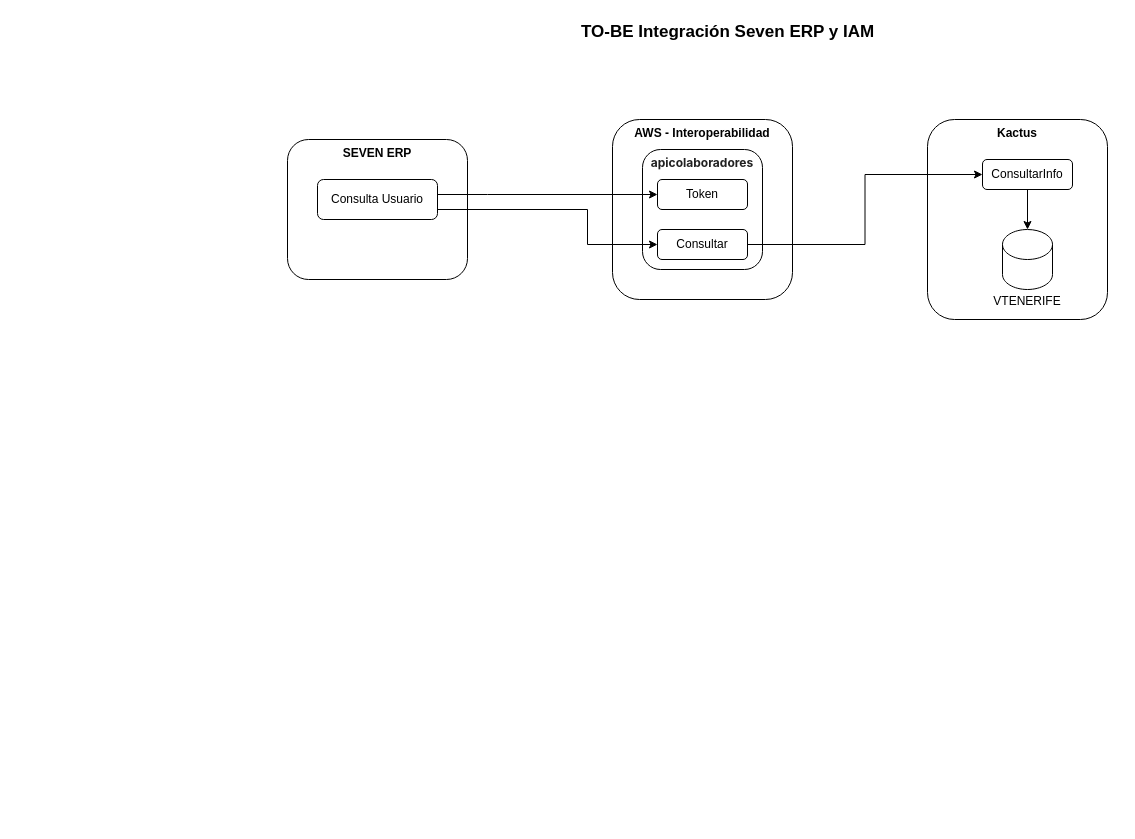
The draw.io diagram page "TO-BE" (2 of 2) of IAM-Seven.drawio in carlosvalderrama1204/diagrams, before the edit. Source tidied: cells renumbered, new cells numbered last; positions are measured from the earlier drawing's top-left corner, leaving out a move shared by most shapes. Both pictures are drawn from the tidied source at 100%, with x=0, y=0 at pixel (287, 17).
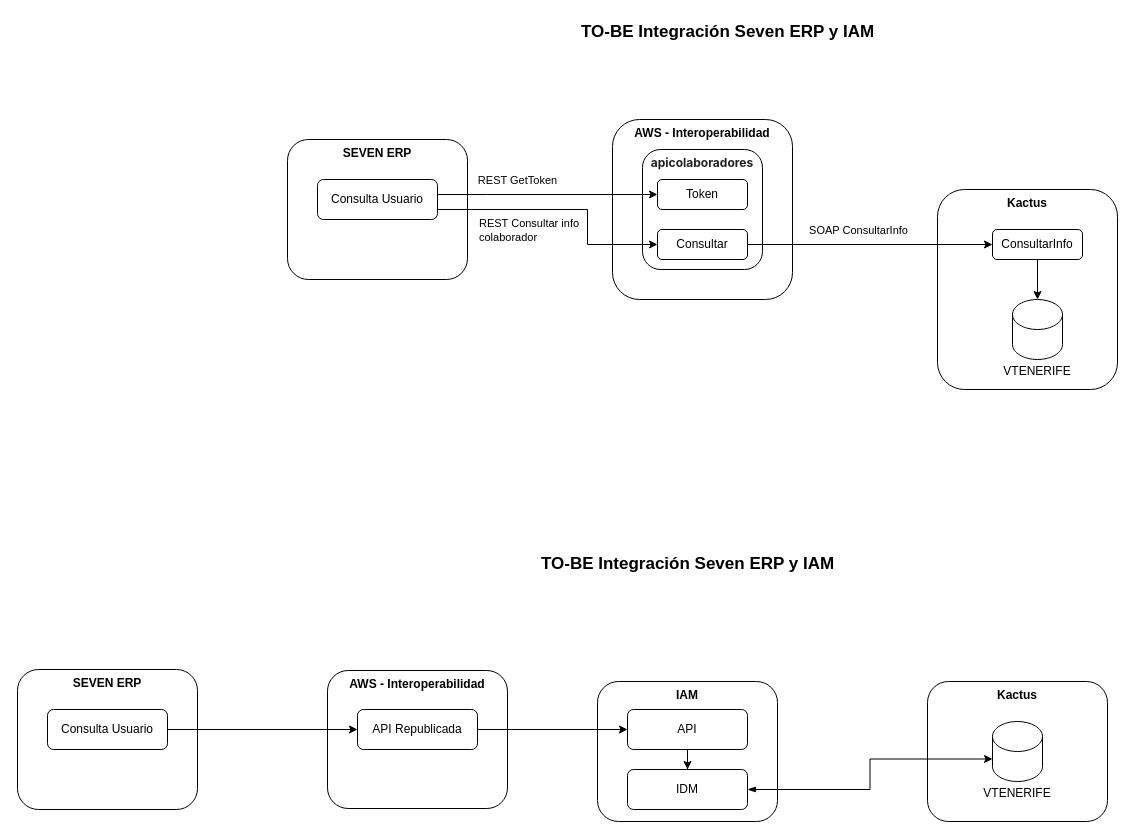
After the change.

The change refers to these unchanged cells:
```xml
<mxCell id="9" style="edgeStyle=orthogonalEdgeStyle;rounded=0;jettySize=auto;html=1;entryX=0;entryY=0.5;entryDx=0;entryDy=0;" parent="1" edge="1" source="4" target="7">
  <mxGeometry relative="1" as="geometry">
    <Array as="points">
      <mxPoint x="200" y="177" />
      <mxPoint x="200" y="177" />
    </Array>
  </mxGeometry>
</mxCell>
<mxCell id="10" style="edgeStyle=orthogonalEdgeStyle;rounded=0;jettySize=auto;html=1;entryX=0;entryY=0.5;entryDx=0;entryDy=0;" parent="1" edge="1" source="4" target="8">
  <mxGeometry relative="1" as="geometry">
    <Array as="points">
      <mxPoint x="300" y="192" />
      <mxPoint x="300" y="227" />
    </Array>
  </mxGeometry>
</mxCell>
<mxCell id="14" style="edgeStyle=orthogonalEdgeStyle;rounded=0;jettySize=auto;html=1;entryX=0;entryY=0.5;entryDx=0;entryDy=0;" parent="1" edge="1" source="8" target="13">
  <mxGeometry relative="1" as="geometry" />
</mxCell>
```

What changed in the source:
```diff
@@
+    <mxCell id="16" value="REST GetToken" style="edgeLabel;html=1;align=center;verticalAlign=middle;" parent="9" vertex="1">
+      <mxGeometry x="-0.3" y="3" relative="1" as="geometry">
+        <mxPoint x="2" y="-12" as="offset" />
+      </mxGeometry>
+    </mxCell>
@@
+    <mxCell id="17" value="REST Consultar info&amp;nbsp;&lt;div&gt;colaborador&lt;/div&gt;" style="edgeLabel;html=1;align=left;verticalAlign=middle;" parent="10" vertex="1">
+      <mxGeometry x="-0.57" y="-4" relative="1" as="geometry">
+        <mxPoint x="-15" y="16" as="offset" />
+      </mxGeometry>
+    </mxCell>
     <mxCell id="11" value="&lt;span&gt;Kactus&lt;/span&gt;" style="rounded=1;whiteSpace=wrap;html=1;verticalAlign=top;fontStyle=1;" parent="1" vertex="1">
-      <mxGeometry x="640" y="102" width="180" height="200" as="geometry" />
+      <mxGeometry x="650" y="172" width="180" height="200" as="geometry" />
     </mxCell>
     <mxCell id="12" value="&lt;div&gt;&lt;br&gt;&lt;/div&gt;&lt;div&gt;&lt;br&gt;&lt;/div&gt;&lt;div&gt;&lt;br&gt;&lt;/div&gt;&lt;div&gt;&lt;br&gt;&lt;/div&gt;VTENERIFE" style="shape=cylinder3;whiteSpace=wrap;html=1;boundedLbl=1;backgroundOutline=1;size=15;" parent="1" vertex="1">
-      <mxGeometry x="715" y="212" width="50" height="60" as="geometry" />
+      <mxGeometry x="725" y="282" width="50" height="60" as="geometry" />
     </mxCell>
     <mxCell id="13" value="ConsultarInfo" style="rounded=1;whiteSpace=wrap;html=1;" parent="1" vertex="1">
-      <mxGeometry x="695" y="142" width="90" height="30" as="geometry" />
+      <mxGeometry x="705" y="212" width="90" height="30" as="geometry" />
     </mxCell>
@@
+    <mxCell id="18" value="SOAP ConsultarInfo" style="edgeLabel;html=1;align=center;verticalAlign=middle;" parent="14" vertex="1">
+      <mxGeometry x="-0.27" y="-1" relative="1" as="geometry">
+        <mxPoint x="21" y="-16" as="offset" />
+      </mxGeometry>
+    </mxCell>
@@
+    <mxCell id="19" value="&lt;span&gt;SEVEN ERP&lt;/span&gt;" style="rounded=1;whiteSpace=wrap;html=1;verticalAlign=top;fontStyle=1;" parent="1" vertex="1">
+      <mxGeometry x="-270" y="652" width="180" height="140" as="geometry" />
+    </mxCell>
+    <mxCell id="20" value="Consulta Usuario" style="rounded=1;whiteSpace=wrap;html=1;" parent="1" vertex="1">
+      <mxGeometry x="-240" y="692" width="120" height="40" as="geometry" />
+    </mxCell>
+    <mxCell id="21" value="TO-BE Integración Seven ERP y IAM" style="text;html=1;align=center;verticalAlign=middle;strokeColor=none;fillColor=none;fontStyle=1;fontSize=17;" parent="1" vertex="1">
+      <mxGeometry x="250" y="532" width="300" height="30" as="geometry" />
+    </mxCell>
+    <mxCell id="22" value="&lt;span&gt;IAM&lt;/span&gt;" style="rounded=1;whiteSpace=wrap;html=1;verticalAlign=top;fontStyle=1;" parent="1" vertex="1">
+      <mxGeometry x="310" y="664" width="180" height="140" as="geometry" />
+    </mxCell>
+    <mxCell id="23" style="edgeStyle=orthogonalEdgeStyle;rounded=0;jettySize=auto;html=1;" parent="1" edge="1" source="24" target="25">
+      <mxGeometry relative="1" as="geometry" />
+    </mxCell>
+    <mxCell id="24" value="API" style="rounded=1;whiteSpace=wrap;html=1;" parent="1" vertex="1">
+      <mxGeometry x="340" y="692" width="120" height="40" as="geometry" />
+    </mxCell>
+    <mxCell id="25" value="IDM" style="rounded=1;whiteSpace=wrap;html=1;" parent="1" vertex="1">
+      <mxGeometry x="340" y="752" width="120" height="40" as="geometry" />
+    </mxCell>
+    <mxCell id="26" value="&lt;span&gt;Kactus&lt;/span&gt;" style="rounded=1;whiteSpace=wrap;html=1;verticalAlign=top;fontStyle=1;" parent="1" vertex="1">
+      <mxGeometry x="640" y="664" width="180" height="140" as="geometry" />
+    </mxCell>
+    <mxCell id="27" value="&lt;div&gt;&lt;br&gt;&lt;/div&gt;&lt;div&gt;&lt;br&gt;&lt;/div&gt;&lt;div&gt;&lt;br&gt;&lt;/div&gt;&lt;div&gt;&lt;br&gt;&lt;/div&gt;VTENERIFE" style="shape=cylinder3;whiteSpace=wrap;html=1;boundedLbl=1;backgroundOutline=1;size=15;" parent="1" vertex="1">
+      <mxGeometry x="705" y="704" width="50" height="60" as="geometry" />
+    </mxCell>
+    <mxCell id="28" style="edgeStyle=orthogonalEdgeStyle;rounded=0;jettySize=auto;html=1;entryX=0;entryY=0;entryDx=0;entryDy=37.5;entryPerimeter=0;startArrow=blockThin;startFill=1;" parent="1" edge="1" source="25" target="27">
+      <mxGeometry relative="1" as="geometry" />
+    </mxCell>
+    <mxCell id="29" value="&lt;span&gt;AWS - Interoperabilidad&lt;/span&gt;" style="rounded=1;whiteSpace=wrap;html=1;verticalAlign=top;fontStyle=1;" parent="1" vertex="1">
+      <mxGeometry x="40" y="653" width="180" height="138" as="geometry" />
+    </mxCell>
+    <mxCell id="30" style="edgeStyle=orthogonalEdgeStyle;rounded=0;jettySize=auto;html=1;" parent="1" edge="1" source="31" target="24">
+      <mxGeometry relative="1" as="geometry" />
+    </mxCell>
+    <mxCell id="31" value="API Republicada" style="rounded=1;whiteSpace=wrap;html=1;" parent="1" vertex="1">
+      <mxGeometry x="70" y="692" width="120" height="40" as="geometry" />
+    </mxCell>
+    <mxCell id="32" style="edgeStyle=orthogonalEdgeStyle;rounded=0;jettySize=auto;html=1;entryX=0;entryY=0.5;entryDx=0;entryDy=0;" parent="1" edge="1" source="20" target="31">
+      <mxGeometry relative="1" as="geometry" />
+    </mxCell>
```
